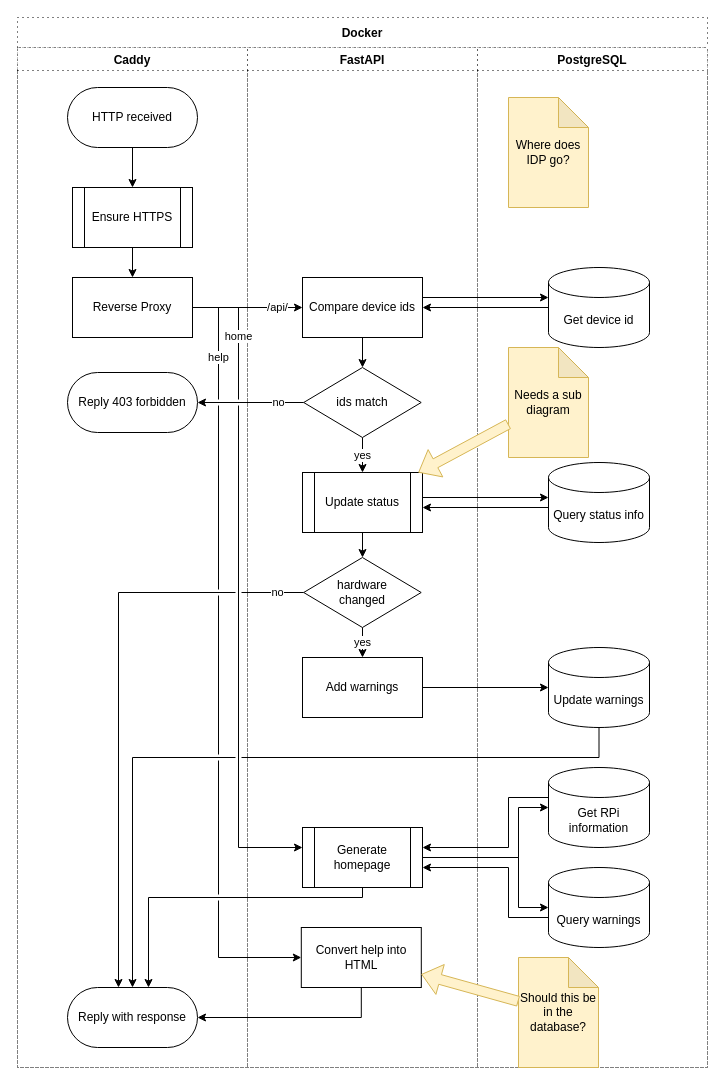
The draw.io diagram docs/diagrams/server-arch.drawio in B-McDonnell/autopi, before the edit. Source tidied: cells renumbered, new cells numbered last; positions are measured from the earlier drawing's top-left corner, leaving out a move shared by most shapes. Both pictures are drawn from the tidied source at 100%, with x=0, y=0 at pixel (17, 17).
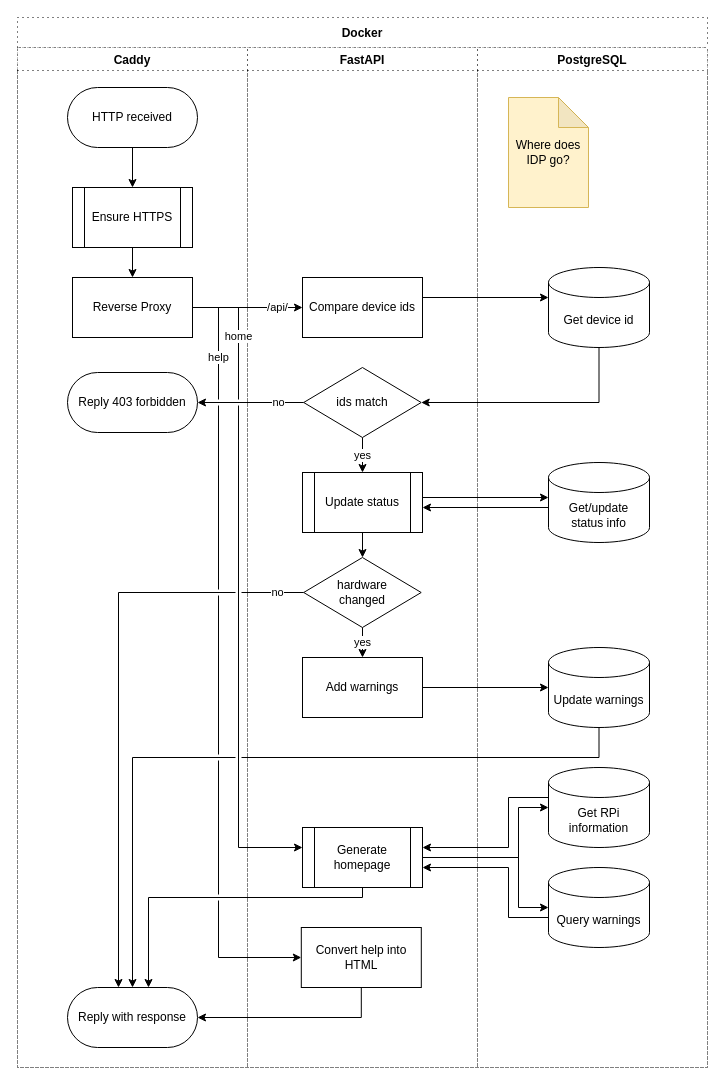
The same diagram, later.

Unchanged cells that the change refers to:
```xml
<mxCell id="2" value="Docker" style="swimlane;startSize=30;dashed=1;dashPattern=1 4;" parent="1" vertex="1">
  <mxGeometry width="690" height="1050" as="geometry" />
</mxCell>
<mxCell id="11" value="FastAPI" style="swimlane;dashed=1;dashPattern=1 4;" parent="2" vertex="1">
  <mxGeometry x="230" y="30" width="230" height="1020" as="geometry" />
</mxCell>
<mxCell id="13" value="Compare device ids" style="rounded=0;whiteSpace=wrap;html=1;" parent="11" vertex="1">
  <mxGeometry x="55" y="230" width="120" height="60" as="geometry" />
</mxCell>
<mxCell id="15" value="ids match" style="rhombus;whiteSpace=wrap;html=1;" parent="11" vertex="1">
  <mxGeometry x="56.2" y="320" width="117.5" height="70" as="geometry" />
</mxCell>
<mxCell id="17" value="Update status" style="shape=process;whiteSpace=wrap;html=1;backgroundOutline=1;" parent="11" vertex="1">
  <mxGeometry x="55" y="425" width="120" height="60" as="geometry" />
</mxCell>
<mxCell id="22" value="Convert help into HTML" style="rounded=0;whiteSpace=wrap;html=1;strokeColor=#000000;" parent="11" vertex="1">
  <mxGeometry x="53.8" y="880" width="120" height="60" as="geometry" />
</mxCell>
<mxCell id="23" value="PostgreSQL" style="swimlane;dashed=1;dashPattern=1 4;" parent="2" vertex="1">
  <mxGeometry x="460" y="30" width="230" height="1020" as="geometry" />
</mxCell>
<mxCell id="24" value="Get device id" style="shape=cylinder3;whiteSpace=wrap;html=1;boundedLbl=1;backgroundOutline=1;size=15;" parent="23" vertex="1">
  <mxGeometry x="71" y="220" width="101" height="80" as="geometry" />
</mxCell>
```

Diff of the diagram source:
```diff
@@
-    <mxCell id="12" style="edgeStyle=orthogonalEdgeStyle;rounded=0;jettySize=auto;html=1;jumpStyle=gap;" parent="11" edge="1" source="13" target="15">
-      <mxGeometry relative="1" as="geometry" />
-    </mxCell>
@@
-    <mxCell id="25" value="Query status info" style="shape=cylinder3;whiteSpace=wrap;html=1;boundedLbl=1;backgroundOutline=1;size=15;" parent="23" vertex="1">
+    <mxCell id="25" value="&lt;div&gt;Get/update &lt;br&gt;&lt;/div&gt;&lt;div&gt;status info&lt;/div&gt;" style="shape=cylinder3;whiteSpace=wrap;html=1;boundedLbl=1;backgroundOutline=1;size=15;" parent="23" vertex="1">
       <mxGeometry x="71" y="415" width="101" height="80" as="geometry" />
     </mxCell>
@@
-    <mxCell id="29" value="Should this be in the database?" style="shape=note;whiteSpace=wrap;html=1;backgroundOutline=1;darkOpacity=0.05;strokeColor=#d6b656;fillColor=#fff2cc;" parent="23" vertex="1">
-      <mxGeometry x="41" y="910" width="80" height="110" as="geometry" />
-    </mxCell>
-    <mxCell id="30" value="Needs a sub diagram" style="shape=note;whiteSpace=wrap;html=1;backgroundOutline=1;darkOpacity=0.05;strokeColor=#d6b656;fillColor=#fff2cc;" parent="23" vertex="1">
-      <mxGeometry x="31" y="300" width="80" height="110" as="geometry" />
-    </mxCell>
@@
-    <mxCell id="34" style="edgeStyle=orthogonalEdgeStyle;rounded=0;jettySize=auto;html=1;jumpStyle=gap;" parent="2" edge="1" source="24" target="13">
+    <mxCell id="34" style="edgeStyle=orthogonalEdgeStyle;rounded=0;jettySize=auto;html=1;jumpStyle=gap;entryX=1;entryY=0.5;entryDx=0;entryDy=0;exitX=0.5;exitY=1;exitDx=0;exitDy=0;exitPerimeter=0;" parent="2" edge="1" source="24" target="15">
       <mxGeometry relative="1" as="geometry" />
     </mxCell>
@@
-    <mxCell id="49" style="shape=flexArrow;endArrow=classic;html=1;fillColor=#fff2cc;strokeColor=#d6b656;" parent="2" edge="1" source="29" target="22">
-      <mxGeometry relative="1" as="geometry" />
-    </mxCell>
-    <mxCell id="50" style="shape=flexArrow;endArrow=classic;html=1;fillColor=#fff2cc;strokeColor=#d6b656;" parent="2" edge="1" source="30" target="17">
-      <mxGeometry relative="1" as="geometry" />
-    </mxCell>
```
